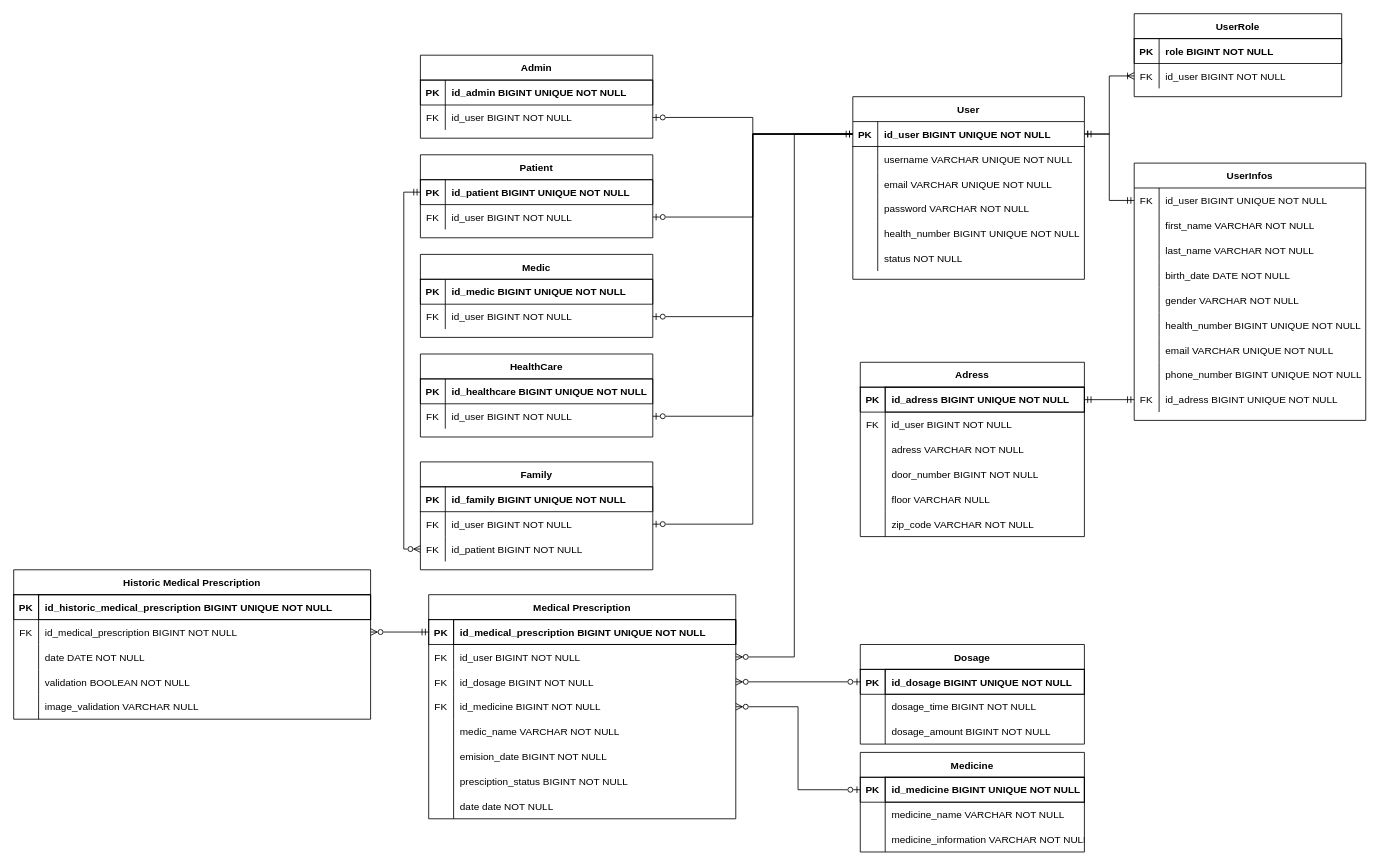
Zav04/MedAlert keeps this draw.io diagram as Documentação/Base de dados/ER.drawio. Above is the earlier version. Source tidied: cells renumbered, new cells numbered last; positions are measured from the earlier drawing's top-left corner, leaving out a move shared by most shapes. Both pictures are drawn from the tidied source at 83%, with x=0, y=0 at pixel (13, 13).
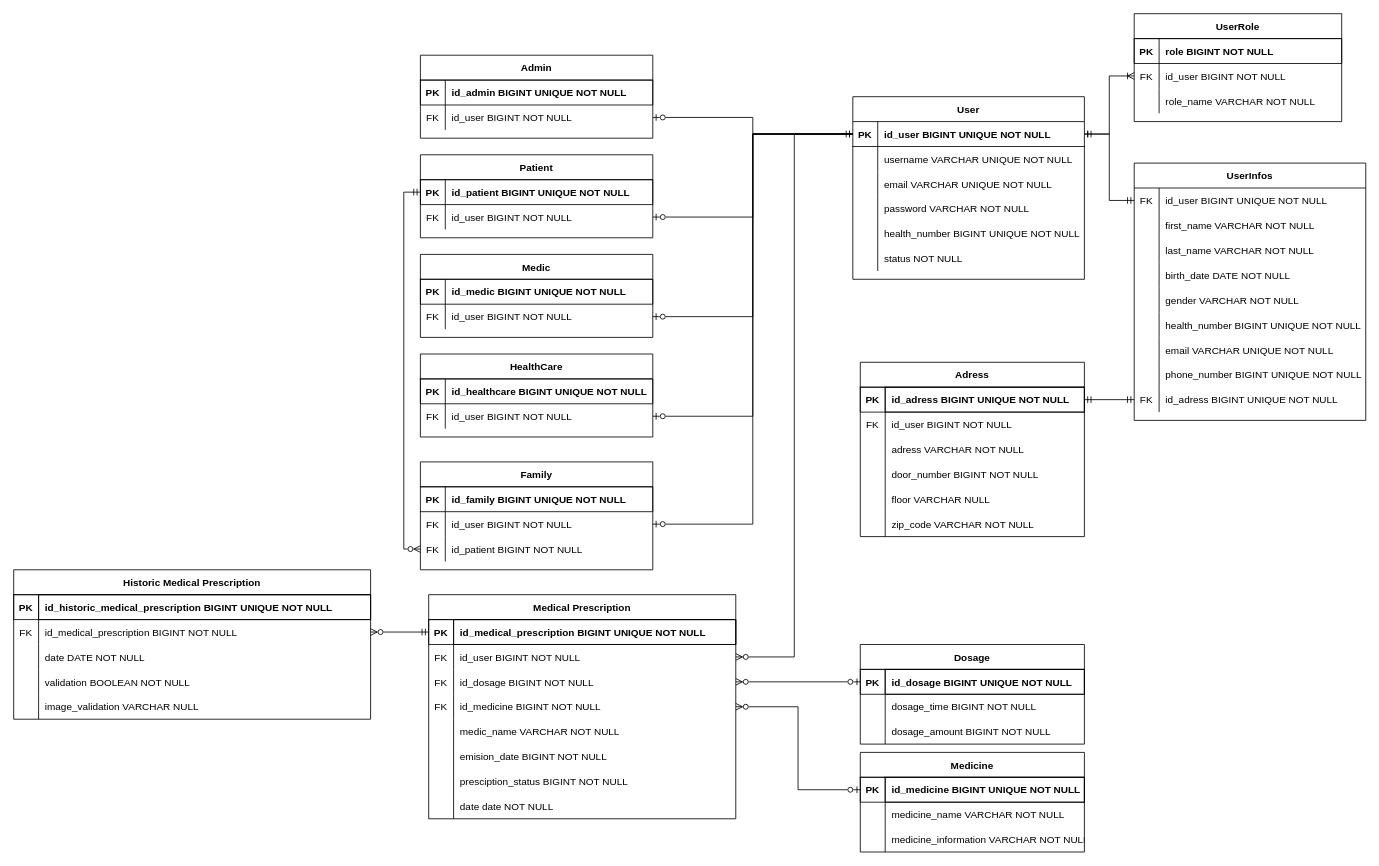
After the change.

Commit message (it also covers changes not shown here):
Base De Dados -Sequences para as PK

The edit, as a diff of the source:
```diff
@@
     <mxCell id="2" value="UserRole" style="shape=table;startSize=30;childLayout=tableLayout;rowLines=0;fontStyle=1;align=center;" parent="1" vertex="1">
-      <mxGeometry x="1350" width="250" height="100" as="geometry" />
+      <mxGeometry x="1350" width="250" height="130" as="geometry" />
     </mxCell>
@@
+    <mxCell id="187" style="shape=partialRectangle;fillColor=none;top=0;left=0;right=0;bottom=0;" parent="2" vertex="1">
+      <mxGeometry y="90" width="250" height="30" as="geometry" />
+    </mxCell>
+    <mxCell id="188" style="shape=partialRectangle;overflow=hidden;fillColor=none;top=0;left=0;bottom=0;right=0;" parent="187" vertex="1">
+      <mxGeometry width="30" height="30" as="geometry" />
+    </mxCell>
+    <mxCell id="189" value="role_name VARCHAR NOT NULL" style="shape=partialRectangle;overflow=hidden;fillColor=none;top=0;left=0;bottom=0;right=0;align=left;spacingLeft=6;" parent="187" vertex="1">
+      <mxGeometry x="30" width="220" height="30" as="geometry" />
+    </mxCell>
```
